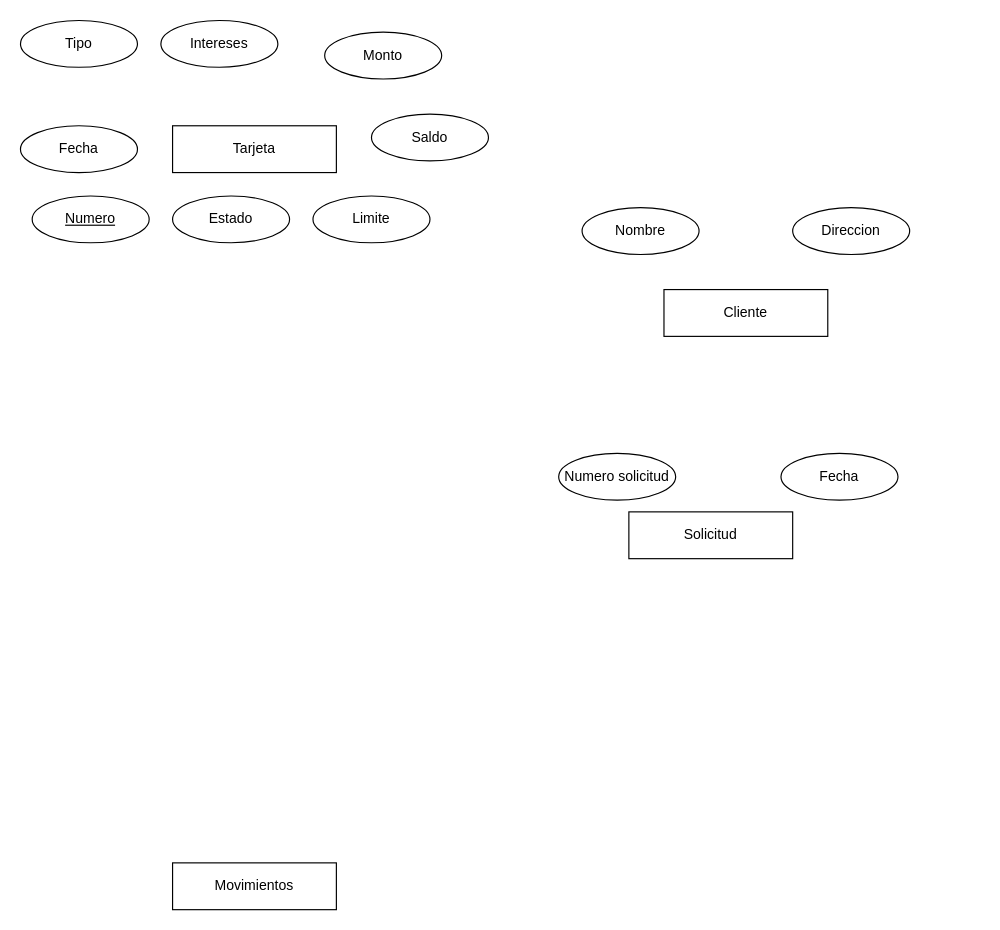
This is diagramaER.drawio from MynorDaniel/gestor-tarjetas-de-credito, a draw.io file, before an edit. Source tidied: cells renumbered, new cells numbered last; positions are measured from the earlier drawing's top-left corner, leaving out a move shared by most shapes. Both pictures are drawn from the tidied source at 117%, with x=0, y=0 at pixel (20, 20).
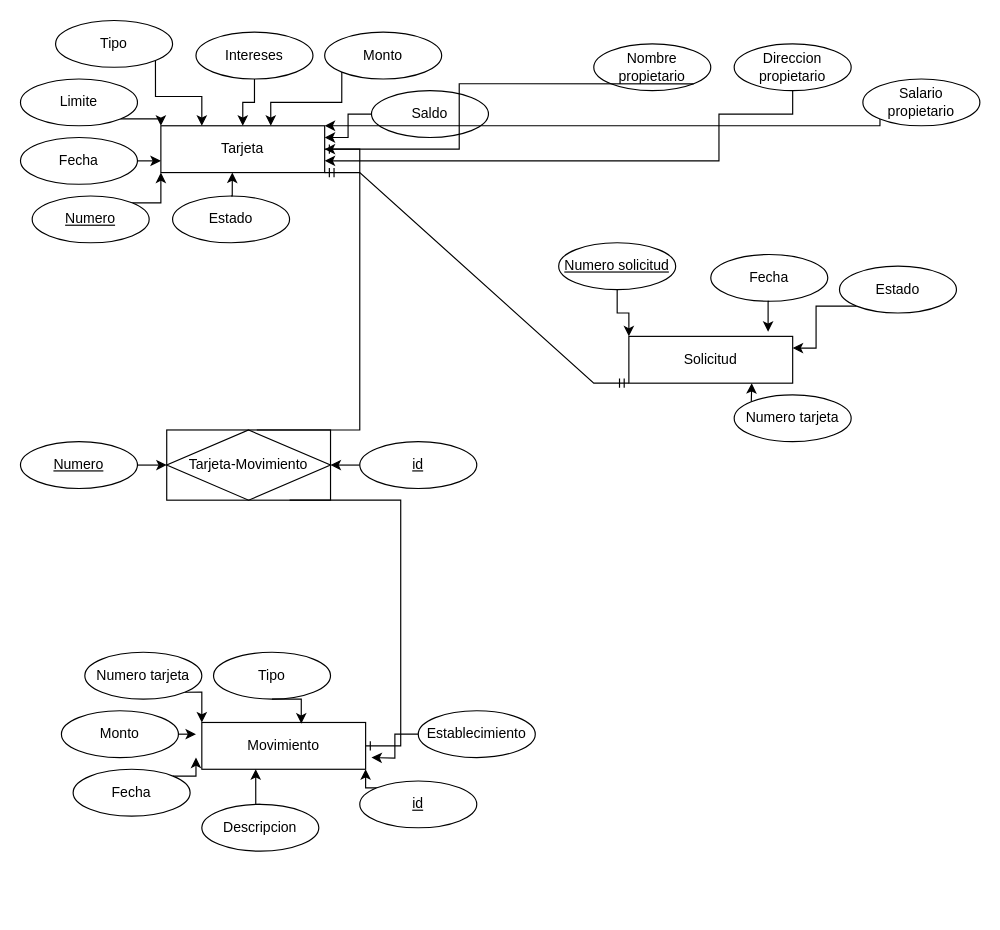
The same page after the edit.

Commit message (it also covers changes not shown here):
actualizacion uml, e/r

The change refers to these unchanged cells:
```xml
<mxCell id="6" value="Numero" style="ellipse;whiteSpace=wrap;html=1;align=center;fontStyle=4;" parent="1" vertex="1">
  <mxGeometry x="10" y="150" width="100" height="40" as="geometry" />
</mxCell>
<mxCell id="9" value="Estado" style="ellipse;whiteSpace=wrap;html=1;align=center;" parent="1" vertex="1">
  <mxGeometry x="130" y="150" width="100" height="40" as="geometry" />
</mxCell>
<mxCell id="13" value="Monto" style="ellipse;whiteSpace=wrap;html=1;align=center;" parent="1" vertex="1">
  <mxGeometry x="260" y="10" width="100" height="40" as="geometry" />
</mxCell>
```

Change to the diagram source:
```diff
@@
-    <mxCell id="2" value="Cliente" style="whiteSpace=wrap;html=1;align=center;" parent="1" vertex="1">
-      <mxGeometry x="550" y="230" width="140" height="40" as="geometry" />
-    </mxCell>
     <mxCell id="3" value="Tarjeta" style="whiteSpace=wrap;html=1;align=center;" parent="1" vertex="1">
-      <mxGeometry x="130" y="90" width="140" height="40" as="geometry" />
+      <mxGeometry x="120" y="90" width="140" height="40" as="geometry" />
     </mxCell>
     <mxCell id="4" value="Solicitud" style="whiteSpace=wrap;html=1;align=center;" parent="1" vertex="1">
-      <mxGeometry x="520" y="420" width="140" height="40" as="geometry" />
+      <mxGeometry x="520" y="270" width="140" height="40" as="geometry" />
     </mxCell>
-    <mxCell id="5" value="Movimientos" style="whiteSpace=wrap;html=1;align=center;" parent="1" vertex="1">
-      <mxGeometry x="130" y="720" width="140" height="40" as="geometry" />
+    <mxCell id="5" value="Movimiento" style="whiteSpace=wrap;html=1;align=center;" parent="1" vertex="1">
+      <mxGeometry x="155" y="600" width="140" height="40" as="geometry" />
     </mxCell>
+    <mxCell id="18" style="edgeStyle=orthogonalEdgeStyle;rounded=0;jettySize=auto;html=1;exitX=1;exitY=0;exitDx=0;exitDy=0;entryX=0;entryY=1;entryDx=0;entryDy=0;" parent="1" edge="1" source="6" target="3">
+      <mxGeometry relative="1" as="geometry" />
+    </mxCell>
@@
-    <mxCell id="7" value="Direccion" style="ellipse;whiteSpace=wrap;html=1;align=center;" parent="1" vertex="1">
-      <mxGeometry x="660" y="160" width="100" height="40" as="geometry" />
+    <mxCell id="7" value="Direccion&lt;div&gt;propietario&lt;br&gt;&lt;/div&gt;" style="ellipse;whiteSpace=wrap;html=1;align=center;" parent="1" vertex="1">
+      <mxGeometry x="610" y="20" width="100" height="40" as="geometry" />
     </mxCell>
-    <mxCell id="8" value="Nombre" style="ellipse;whiteSpace=wrap;html=1;align=center;" parent="1" vertex="1">
-      <mxGeometry x="480" y="160" width="100" height="40" as="geometry" />
+    <mxCell id="8" value="Nombre propietario" style="ellipse;whiteSpace=wrap;html=1;align=center;" parent="1" vertex="1">
+      <mxGeometry x="490" y="20" width="100" height="40" as="geometry" />
     </mxCell>
@@
+    <mxCell id="19" style="edgeStyle=orthogonalEdgeStyle;rounded=0;jettySize=auto;html=1;exitX=1;exitY=1;exitDx=0;exitDy=0;entryX=0.25;entryY=0;entryDx=0;entryDy=0;" parent="1" edge="1" source="10" target="3">
+      <mxGeometry relative="1" as="geometry" />
+    </mxCell>
     <mxCell id="10" value="Tipo" style="ellipse;whiteSpace=wrap;html=1;align=center;" parent="1" vertex="1">
-      <mxGeometry width="100" height="40" as="geometry" />
+      <mxGeometry x="30" width="100" height="40" as="geometry" />
     </mxCell>
+    <mxCell id="20" style="edgeStyle=orthogonalEdgeStyle;rounded=0;jettySize=auto;html=1;exitX=0;exitY=0.5;exitDx=0;exitDy=0;entryX=1;entryY=0.25;entryDx=0;entryDy=0;" parent="1" edge="1" source="11" target="3">
+      <mxGeometry relative="1" as="geometry" />
+    </mxCell>
     <mxCell id="11" value="Saldo" style="ellipse;whiteSpace=wrap;html=1;align=center;" parent="1" vertex="1">
-      <mxGeometry x="300" y="80" width="100" height="40" as="geometry" />
+      <mxGeometry x="300" y="60" width="100" height="40" as="geometry" />
     </mxCell>
+    <mxCell id="21" style="edgeStyle=orthogonalEdgeStyle;rounded=0;jettySize=auto;html=1;exitX=0.5;exitY=1;exitDx=0;exitDy=0;entryX=0.5;entryY=0;entryDx=0;entryDy=0;" parent="1" edge="1" source="12" target="3">
+      <mxGeometry relative="1" as="geometry" />
+    </mxCell>
     <mxCell id="12" value="Intereses" style="ellipse;whiteSpace=wrap;html=1;align=center;" parent="1" vertex="1">
-      <mxGeometry x="120" width="100" height="40" as="geometry" />
+      <mxGeometry x="150" y="10" width="100" height="40" as="geometry" />
     </mxCell>
+    <mxCell id="22" style="edgeStyle=orthogonalEdgeStyle;rounded=0;jettySize=auto;html=1;exitX=0;exitY=1;exitDx=0;exitDy=0;entryX=0.671;entryY=0;entryDx=0;entryDy=0;entryPerimeter=0;" parent="1" edge="1" source="13" target="3">
+      <mxGeometry relative="1" as="geometry" />
+    </mxCell>
@@
+    <mxCell id="23" style="edgeStyle=orthogonalEdgeStyle;rounded=0;jettySize=auto;html=1;exitX=1;exitY=0.5;exitDx=0;exitDy=0;entryX=0;entryY=0.75;entryDx=0;entryDy=0;" parent="1" edge="1" source="14" target="3">
+      <mxGeometry relative="1" as="geometry" />
+    </mxCell>
     <mxCell id="14" value="Fecha" style="ellipse;whiteSpace=wrap;html=1;align=center;" parent="1" vertex="1">
-      <mxGeometry y="90" width="100" height="40" as="geometry" />
+      <mxGeometry y="100" width="100" height="40" as="geometry" />
     </mxCell>
+    <mxCell id="24" style="edgeStyle=orthogonalEdgeStyle;rounded=0;jettySize=auto;html=1;exitX=1;exitY=1;exitDx=0;exitDy=0;entryX=0;entryY=0;entryDx=0;entryDy=0;" parent="1" edge="1" source="15" target="3">
+      <mxGeometry relative="1" as="geometry" />
+    </mxCell>
     <mxCell id="15" value="Limite" style="ellipse;whiteSpace=wrap;html=1;align=center;" parent="1" vertex="1">
-      <mxGeometry x="250" y="150" width="100" height="40" as="geometry" />
+      <mxGeometry y="50" width="100" height="40" as="geometry" />
     </mxCell>
+    <mxCell id="25" style="edgeStyle=orthogonalEdgeStyle;rounded=0;jettySize=auto;html=1;exitX=0.5;exitY=1;exitDx=0;exitDy=0;entryX=0;entryY=0;entryDx=0;entryDy=0;" parent="1" edge="1" source="16" target="4">
+      <mxGeometry relative="1" as="geometry" />
+    </mxCell>
-    <mxCell id="16" value="Numero solicitud" style="ellipse;whiteSpace=wrap;html=1;align=center;" parent="1" vertex="1">
-      <mxGeometry x="460" y="370" width="100" height="40" as="geometry" />
+    <mxCell id="16" value="&lt;u&gt;Numero solicitud&lt;/u&gt;" style="ellipse;whiteSpace=wrap;html=1;align=center;" parent="1" vertex="1">
+      <mxGeometry x="460" y="190" width="100" height="40" as="geometry" />
     </mxCell>
     <mxCell id="17" value="Fecha" style="ellipse;whiteSpace=wrap;html=1;align=center;" parent="1" vertex="1">
-      <mxGeometry x="650" y="370" width="100" height="40" as="geometry" />
+      <mxGeometry x="590" y="200" width="100" height="40" as="geometry" />
     </mxCell>
+    <mxCell id="26" style="edgeStyle=orthogonalEdgeStyle;rounded=0;jettySize=auto;html=1;exitX=0;exitY=1;exitDx=0;exitDy=0;entryX=1;entryY=0;entryDx=0;entryDy=0;" parent="1" edge="1" source="27" target="3">
+      <mxGeometry relative="1" as="geometry">
+        <Array as="points">
+          <mxPoint x="735" y="90" />
+        </Array>
+      </mxGeometry>
+    </mxCell>
+    <mxCell id="27" value="Salario&lt;div&gt;propietario&lt;br&gt;&lt;/div&gt;" style="ellipse;whiteSpace=wrap;html=1;align=center;" parent="1" vertex="1">
+      <mxGeometry x="720" y="50" width="100" height="40" as="geometry" />
+    </mxCell>
+    <mxCell id="28" style="edgeStyle=orthogonalEdgeStyle;rounded=0;jettySize=auto;html=1;exitX=0;exitY=1;exitDx=0;exitDy=0;entryX=1;entryY=0.25;entryDx=0;entryDy=0;" parent="1" edge="1" source="29" target="4">
+      <mxGeometry relative="1" as="geometry" />
+    </mxCell>
+    <mxCell id="29" value="Estado" style="ellipse;whiteSpace=wrap;html=1;align=center;" parent="1" vertex="1">
+      <mxGeometry x="700" y="210" width="100" height="40" as="geometry" />
+    </mxCell>
+    <mxCell id="30" value="Tipo" style="ellipse;whiteSpace=wrap;html=1;align=center;" parent="1" vertex="1">
+      <mxGeometry x="165" y="540" width="100" height="40" as="geometry" />
+    </mxCell>
+    <mxCell id="31" style="edgeStyle=entityRelationEdgeStyle;fontSize=12;html=1;endArrow=ERmandOne;startArrow=ERmandOne;rounded=0;entryX=1;entryY=1;entryDx=0;entryDy=0;exitX=0;exitY=1;exitDx=0;exitDy=0;" parent="1" edge="1" source="4" target="3">
+      <mxGeometry relative="1" as="geometry" />
+    </mxCell>
+    <mxCell id="32" style="edgeStyle=orthogonalEdgeStyle;rounded=0;jettySize=auto;html=1;exitX=0.5;exitY=0;exitDx=0;exitDy=0;entryX=0.436;entryY=1;entryDx=0;entryDy=0;entryPerimeter=0;" parent="1" edge="1" source="9" target="3">
+      <mxGeometry relative="1" as="geometry" />
+    </mxCell>
+    <mxCell id="33" style="edgeStyle=orthogonalEdgeStyle;rounded=0;jettySize=auto;html=1;exitX=0.5;exitY=1;exitDx=0;exitDy=0;entryX=0.607;entryY=0.025;entryDx=0;entryDy=0;entryPerimeter=0;" parent="1" edge="1" source="30" target="5">
+      <mxGeometry relative="1" as="geometry" />
+    </mxCell>
+    <mxCell id="34" style="edgeStyle=orthogonalEdgeStyle;rounded=0;jettySize=auto;html=1;exitX=0.5;exitY=1;exitDx=0;exitDy=0;entryX=0.85;entryY=-0.1;entryDx=0;entryDy=0;entryPerimeter=0;" parent="1" edge="1" source="17" target="4">
+      <mxGeometry relative="1" as="geometry" />
+    </mxCell>
+    <mxCell id="35" style="edgeStyle=orthogonalEdgeStyle;rounded=0;jettySize=auto;html=1;exitX=0.5;exitY=1;exitDx=0;exitDy=0;entryX=1;entryY=0.75;entryDx=0;entryDy=0;" parent="1" edge="1" source="7" target="3">
+      <mxGeometry relative="1" as="geometry">
+        <Array as="points">
+          <mxPoint x="660" y="80" />
+          <mxPoint x="597" y="80" />
+          <mxPoint x="597" y="120" />
+        </Array>
+      </mxGeometry>
+    </mxCell>
+    <mxCell id="36" style="edgeStyle=orthogonalEdgeStyle;rounded=0;jettySize=auto;html=1;exitX=1;exitY=1;exitDx=0;exitDy=0;entryX=1;entryY=0.5;entryDx=0;entryDy=0;" parent="1" edge="1" source="8" target="3">
+      <mxGeometry relative="1" as="geometry" />
+    </mxCell>
+    <mxCell id="37" style="edgeStyle=orthogonalEdgeStyle;rounded=0;jettySize=auto;html=1;exitX=1;exitY=0;exitDx=0;exitDy=0;" parent="1" edge="1" source="38">
+      <mxGeometry relative="1" as="geometry">
+        <mxPoint x="150" y="630" as="targetPoint" />
+      </mxGeometry>
+    </mxCell>
+    <mxCell id="38" value="Fecha" style="ellipse;whiteSpace=wrap;html=1;align=center;" parent="1" vertex="1">
+      <mxGeometry x="45" y="640" width="100" height="40" as="geometry" />
+    </mxCell>
+    <mxCell id="39" style="edgeStyle=orthogonalEdgeStyle;rounded=0;jettySize=auto;html=1;exitX=1;exitY=1;exitDx=0;exitDy=0;entryX=0;entryY=0;entryDx=0;entryDy=0;" parent="1" edge="1" source="40" target="5">
+      <mxGeometry relative="1" as="geometry" />
+    </mxCell>
+    <mxCell id="40" value="Numero tarjeta" style="ellipse;whiteSpace=wrap;html=1;align=center;" parent="1" vertex="1">
+      <mxGeometry x="55" y="540" width="100" height="40" as="geometry" />
+    </mxCell>
+    <mxCell id="41" style="edgeStyle=orthogonalEdgeStyle;rounded=0;jettySize=auto;html=1;exitX=1;exitY=0.5;exitDx=0;exitDy=0;" parent="1" edge="1" source="42">
+      <mxGeometry relative="1" as="geometry">
+        <mxPoint x="150" y="610" as="targetPoint" />
+      </mxGeometry>
+    </mxCell>
+    <mxCell id="42" value="Monto" style="ellipse;whiteSpace=wrap;html=1;align=center;" parent="1" vertex="1">
+      <mxGeometry x="35" y="590" width="100" height="40" as="geometry" />
+    </mxCell>
+    <mxCell id="43" value="Descripcion" style="ellipse;whiteSpace=wrap;html=1;align=center;" parent="1" vertex="1">
+      <mxGeometry x="155" y="670" width="100" height="40" as="geometry" />
+    </mxCell>
+    <mxCell id="44" style="edgeStyle=orthogonalEdgeStyle;rounded=0;jettySize=auto;html=1;exitX=0;exitY=0;exitDx=0;exitDy=0;entryX=0.75;entryY=1;entryDx=0;entryDy=0;" parent="1" edge="1" source="45" target="4">
+      <mxGeometry relative="1" as="geometry" />
+    </mxCell>
+    <mxCell id="45" value="Numero tarjeta" style="ellipse;whiteSpace=wrap;html=1;align=center;" parent="1" vertex="1">
+      <mxGeometry x="610" y="320" width="100" height="40" as="geometry" />
+    </mxCell>
+    <mxCell id="46" style="edgeStyle=orthogonalEdgeStyle;rounded=0;jettySize=auto;html=1;exitX=0;exitY=0.5;exitDx=0;exitDy=0;" parent="1" edge="1" source="47">
+      <mxGeometry relative="1" as="geometry">
+        <mxPoint x="300" y="630" as="targetPoint" />
+      </mxGeometry>
+    </mxCell>
+    <mxCell id="47" value="Establecimiento" style="ellipse;whiteSpace=wrap;html=1;align=center;" parent="1" vertex="1">
+      <mxGeometry x="340" y="590" width="100" height="40" as="geometry" />
+    </mxCell>
+    <mxCell id="48" value="Tarjeta-Movimiento" style="shape=associativeEntity;whiteSpace=wrap;html=1;align=center;" parent="1" vertex="1">
+      <mxGeometry x="125" y="350" width="140" height="60" as="geometry" />
+    </mxCell>
+    <mxCell id="49" style="edgeStyle=orthogonalEdgeStyle;rounded=0;jettySize=auto;html=1;exitX=0;exitY=0;exitDx=0;exitDy=0;entryX=1;entryY=1;entryDx=0;entryDy=0;" parent="1" edge="1" source="50" target="5">
+      <mxGeometry relative="1" as="geometry" />
+    </mxCell>
+    <mxCell id="50" value="&lt;u&gt;id&lt;/u&gt;" style="ellipse;whiteSpace=wrap;html=1;align=center;" parent="1" vertex="1">
+      <mxGeometry x="290" y="650" width="100" height="40" as="geometry" />
+    </mxCell>
+    <mxCell id="51" style="edgeStyle=orthogonalEdgeStyle;rounded=0;jettySize=auto;html=1;exitX=0;exitY=0.5;exitDx=0;exitDy=0;entryX=1;entryY=0.5;entryDx=0;entryDy=0;" parent="1" edge="1" source="52" target="48">
+      <mxGeometry relative="1" as="geometry" />
+    </mxCell>
+    <mxCell id="52" value="&lt;u&gt;id&lt;/u&gt;" style="ellipse;whiteSpace=wrap;html=1;align=center;" parent="1" vertex="1">
+      <mxGeometry x="290" y="360" width="100" height="40" as="geometry" />
+    </mxCell>
+    <mxCell id="53" style="edgeStyle=orthogonalEdgeStyle;rounded=0;jettySize=auto;html=1;exitX=1;exitY=0.5;exitDx=0;exitDy=0;entryX=0;entryY=0.5;entryDx=0;entryDy=0;" parent="1" edge="1" source="54" target="48">
+      <mxGeometry relative="1" as="geometry" />
+    </mxCell>
+    <mxCell id="54" value="Numero" style="ellipse;whiteSpace=wrap;html=1;align=center;fontStyle=4;" parent="1" vertex="1">
+      <mxGeometry y="360" width="100" height="40" as="geometry" />
+    </mxCell>
+    <mxCell id="55" style="edgeStyle=entityRelationEdgeStyle;fontSize=12;html=1;endArrow=ERone;endFill=1;rounded=0;exitX=0.75;exitY=1;exitDx=0;exitDy=0;" parent="1" edge="1" source="48" target="5">
+      <mxGeometry relative="1" as="geometry" />
+    </mxCell>
+    <mxCell id="56" style="edgeStyle=entityRelationEdgeStyle;fontSize=12;html=1;endArrow=ERone;endFill=1;rounded=0;exitX=0.55;exitY=0;exitDx=0;exitDy=0;exitPerimeter=0;" parent="1" edge="1" source="48" target="3">
+      <mxGeometry relative="1" as="geometry">
+        <Array as="points">
+          <mxPoint x="250" y="250" />
+          <mxPoint x="270" y="200" />
+        </Array>
+      </mxGeometry>
+    </mxCell>
+    <mxCell id="57" style="edgeStyle=orthogonalEdgeStyle;rounded=0;jettySize=auto;html=1;exitX=0.5;exitY=0;exitDx=0;exitDy=0;entryX=0.329;entryY=1;entryDx=0;entryDy=0;entryPerimeter=0;" parent="1" edge="1" source="43" target="5">
+      <mxGeometry relative="1" as="geometry" />
+    </mxCell>
```
